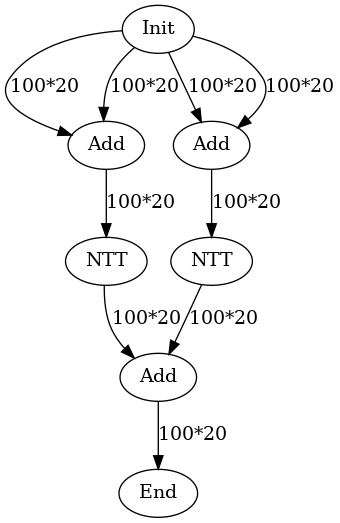
hal-lab-u-tokyo/PolyFHE keeps this Graphviz diagram as data/graph_poly.dot.png. Above is the earlier version. Its source is kept beside it as data/graph_poly.dot.
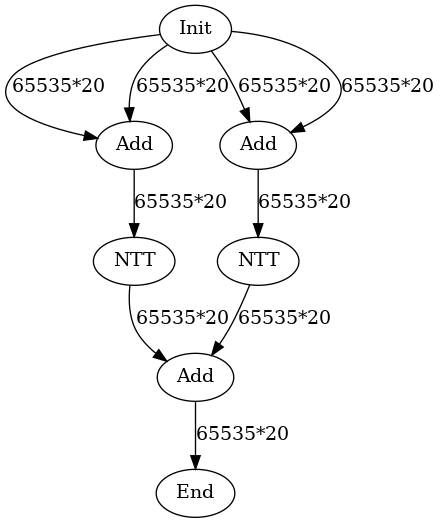
The same diagram one commit later.

What changed in the source:
```diff
@@ -6,13 +6,13 @@
 NTT0[label="NTT"];
 NTT1[label="NTT"];
 End[label="End"];
-Init->HAdd0[label="100*20"];
-Init->HAdd0[label="100*20"];
-Init->HAdd1[label="100*20"];
-Init->HAdd1[label="100*20"];
-HAdd0->NTT0[label="100*20"];
-HAdd1->NTT1[label="100*20"];
-NTT0->HAdd2[label="100*20"];
-NTT1->HAdd2[label="100*20"];
-HAdd2->End[label="100*20"];
+Init->HAdd0[label="65535*20"];
+Init->HAdd0[label="65535*20"];
+Init->HAdd1[label="65535*20"];
+Init->HAdd1[label="65535*20"];
+HAdd0->NTT0[label="65535*20"];
+HAdd1->NTT1[label="65535*20"];
+NTT0->HAdd2[label="65535*20"];
+NTT1->HAdd2[label="65535*20"];
+HAdd2->End[label="65535*20"];
 }
```
